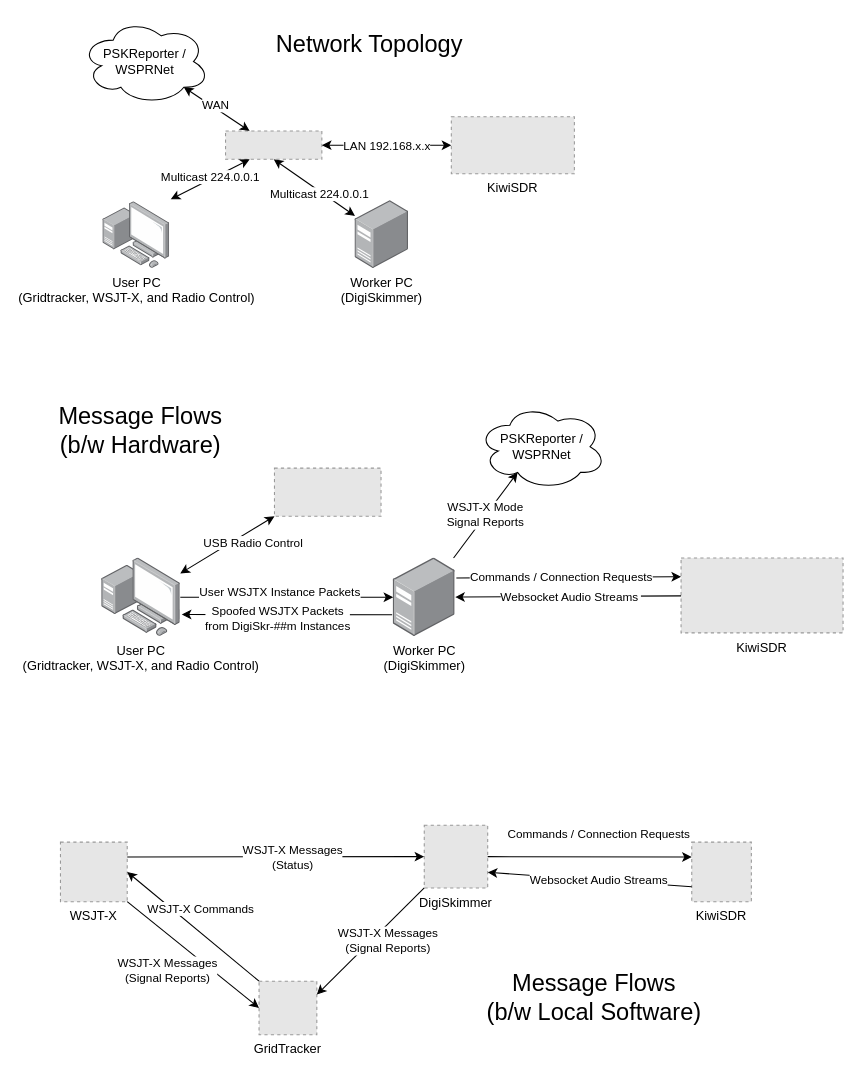
The draw.io diagram p/wsjt-x-and-digiskimmer-and-gridtracker-oh-my/Diagrams.drawio in MeadeRobert/RobertResearchRadiosWebsite_Production, before the edit. Source tidied: cells renumbered, new cells numbered last; positions are measured from the earlier drawing's top-left corner, leaving out a move shared by most shapes. Both pictures are drawn from the tidied source at 107%, with x=0, y=0 at pixel (39, 18). Pictures stored in the file or linked from it are replaced by grey dashed boxes.
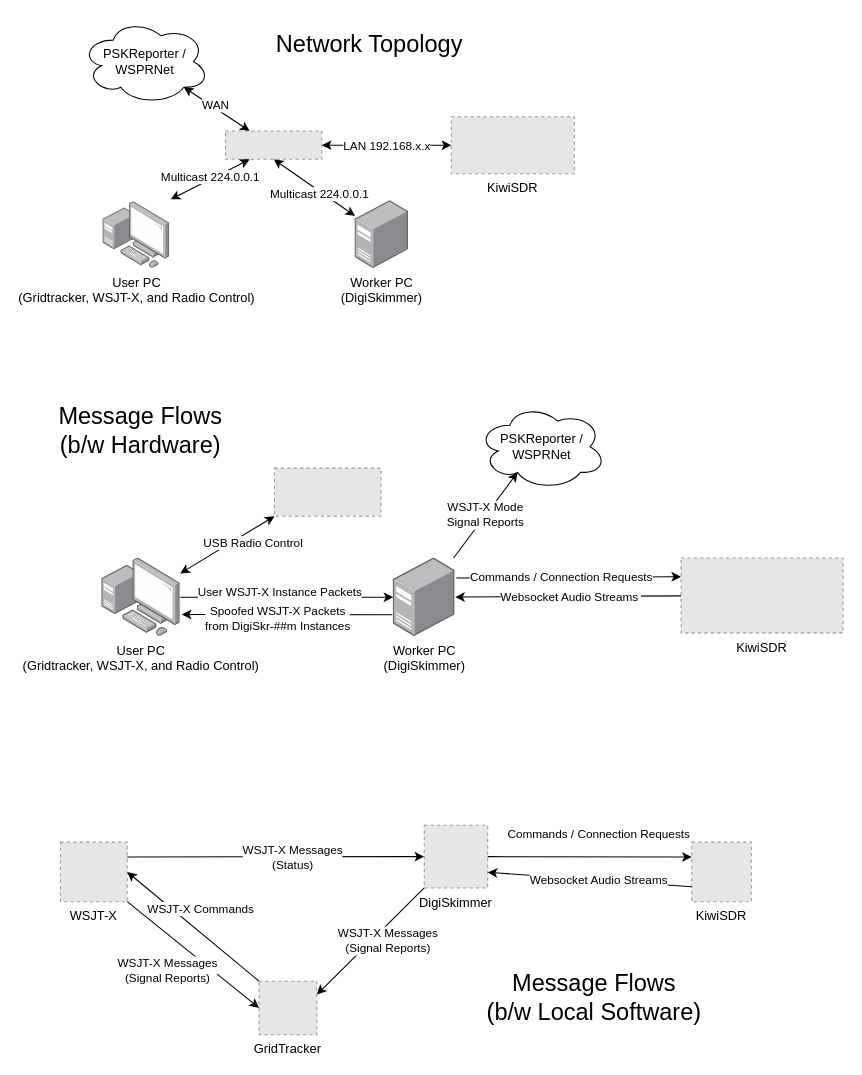
The same page after the edit.

The change refers to these unchanged cells:
```xml
<mxCell id="21" style="endArrow=classic;html=1;rounded=0;" parent="1" edge="1" source="15" target="16">
  <mxGeometry relative="1" as="geometry" />
</mxCell>
<mxCell id="23" style="endArrow=classic;html=1;rounded=0;entryX=1.019;entryY=0.72;entryDx=0;entryDy=0;entryPerimeter=0;" parent="1" edge="1" target="15">
  <mxGeometry relative="1" as="geometry">
    <mxPoint x="330" y="557" as="sourcePoint" />
  </mxGeometry>
</mxCell>
```

Change to the diagram source:
```diff
@@
-    <mxCell id="22" value="User WSJTX Instance Packets" style="edgeLabel;html=1;align=center;verticalAlign=middle;" parent="21" vertex="1">
+    <mxCell id="22" value="User WSJT-X Instance Packets" style="edgeLabel;html=1;align=center;verticalAlign=middle;" parent="21" vertex="1">
       <mxGeometry x="0.25" y="-2" relative="1" as="geometry">
         <mxPoint x="-32" y="-7" as="offset" />
       </mxGeometry>
     </mxCell>
@@
-    <mxCell id="24" value="Spoofed WSJTX Packets &lt;br&gt;from DigiSkr-##m Instances" style="edgeLabel;html=1;align=center;verticalAlign=middle;" parent="23" vertex="1">
+    <mxCell id="24" value="Spoofed WSJT-X Packets &lt;br&gt;from DigiSkr-##m Instances" style="edgeLabel;html=1;align=center;verticalAlign=middle;" parent="23" vertex="1">
       <mxGeometry x="-0.32" y="4" relative="1" as="geometry">
         <mxPoint x="-40" as="offset" />
       </mxGeometry>
     </mxCell>
```
